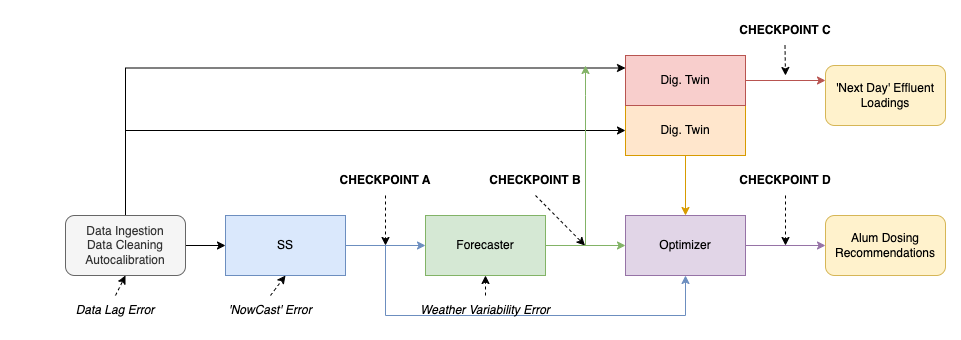
Earlier version of the draw.io export figs/CWSODINCheckpoints.drawio.png (maia-analytica/WRF-ODIN-CWS-Eval). Source tidied: cells renumbered, new cells last; positions are measured from the earlier drawing's top-left corner, leaving out a move shared by most shapes.
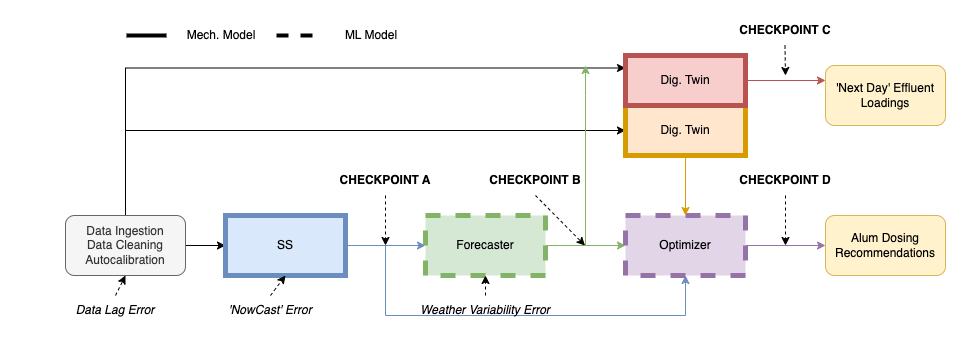
The same file after the commit.

Change to the diagram source:
```diff
@@ -34,7 +34,7 @@
         </Array>
       </mxGeometry>
     </mxCell>
-    <mxCell id="8" value="SS" style="rounded=0;whiteSpace=wrap;html=1;fillColor=#dae8fc;strokeColor=#6c8ebf;" parent="1" vertex="1">
+    <mxCell id="8" value="SS" style="rounded=0;whiteSpace=wrap;html=1;fillColor=#dae8fc;strokeColor=#6c8ebf;strokeWidth=5;" parent="1" vertex="1">
       <mxGeometry x="210" y="200" width="120" height="60" as="geometry" />
     </mxCell>
     <mxCell id="9" style="edgeStyle=orthogonalEdgeStyle;rounded=0;jettySize=auto;html=1;entryX=0;entryY=0.5;entryDx=0;entryDy=0;fillColor=#d5e8d4;strokeColor=#82b366;" parent="1" edge="1" source="11" target="13">
@@ -49,13 +49,13 @@
         </Array>
       </mxGeometry>
     </mxCell>
-    <mxCell id="11" value="Forecaster" style="rounded=0;whiteSpace=wrap;html=1;fillColor=#d5e8d4;strokeColor=#82b366;" parent="1" vertex="1">
+    <mxCell id="11" value="Forecaster" style="rounded=0;whiteSpace=wrap;html=1;fillColor=#d5e8d4;strokeColor=#82b366;strokeWidth=5;dashed=1;" parent="1" vertex="1">
       <mxGeometry x="410" y="200" width="120" height="60" as="geometry" />
     </mxCell>
     <mxCell id="12" style="edgeStyle=orthogonalEdgeStyle;rounded=0;jettySize=auto;html=1;entryX=0;entryY=0.5;entryDx=0;entryDy=0;fillColor=#e1d5e7;strokeColor=#9673a6;" parent="1" edge="1" source="13" target="14">
       <mxGeometry relative="1" as="geometry" />
     </mxCell>
-    <mxCell id="13" value="Optimizer" style="rounded=0;whiteSpace=wrap;html=1;fillColor=#e1d5e7;strokeColor=#9673a6;" parent="1" vertex="1">
+    <mxCell id="13" value="Optimizer" style="rounded=0;whiteSpace=wrap;html=1;fillColor=#e1d5e7;strokeColor=#9673a6;strokeWidth=5;dashed=1;" parent="1" vertex="1">
       <mxGeometry x="610" y="200" width="120" height="60" as="geometry" />
     </mxCell>
     <mxCell id="14" value="Alum Dosing Recommendations" style="rounded=1;whiteSpace=wrap;html=1;fillColor=#fff2cc;strokeColor=#d6b656;" parent="1" vertex="1">
@@ -64,7 +64,7 @@
     <mxCell id="15" style="edgeStyle=orthogonalEdgeStyle;rounded=0;jettySize=auto;html=1;entryX=0.5;entryY=0;entryDx=0;entryDy=0;fillColor=#ffe6cc;strokeColor=#d79b00;" parent="1" edge="1" source="16" target="13">
       <mxGeometry relative="1" as="geometry" />
     </mxCell>
-    <mxCell id="16" value="Dig. Twin" style="rounded=0;whiteSpace=wrap;html=1;fillColor=#ffe6cc;strokeColor=#d79b00;" parent="1" vertex="1">
+    <mxCell id="16" value="Dig. Twin" style="rounded=0;whiteSpace=wrap;html=1;fillColor=#ffe6cc;strokeColor=#d79b00;strokeWidth=5;" parent="1" vertex="1">
       <mxGeometry x="610" y="90" width="120" height="50" as="geometry" />
     </mxCell>
     <mxCell id="17" value="'Next Day' Effluent Loadings" style="rounded=1;whiteSpace=wrap;html=1;fillColor=#fff2cc;strokeColor=#d6b656;" parent="1" vertex="1">
@@ -73,7 +73,7 @@
     <mxCell id="18" style="edgeStyle=orthogonalEdgeStyle;rounded=0;jettySize=auto;html=1;entryX=0;entryY=0.25;entryDx=0;entryDy=0;fillColor=#f8cecc;strokeColor=#b85450;" parent="1" edge="1" source="19" target="17">
       <mxGeometry relative="1" as="geometry" />
     </mxCell>
-    <mxCell id="19" value="Dig. Twin" style="rounded=0;whiteSpace=wrap;html=1;fillColor=#f8cecc;strokeColor=#b85450;" parent="1" vertex="1">
+    <mxCell id="19" value="Dig. Twin" style="rounded=0;whiteSpace=wrap;html=1;fillColor=#f8cecc;strokeColor=#b85450;strokeWidth=5;" parent="1" vertex="1">
       <mxGeometry x="610" y="40" width="120" height="50" as="geometry" />
     </mxCell>
     <mxCell id="20" value="&lt;i style=&quot;&quot;&gt;Data Lag Error&lt;/i&gt;" style="text;html=1;strokeColor=none;fillColor=none;align=center;verticalAlign=middle;whiteSpace=wrap;rounded=0;" parent="1" vertex="1">
@@ -135,5 +135,21 @@
     <mxCell id="33" value="&lt;b&gt;&lt;font&gt;CHECKPOINT D&lt;/font&gt;&lt;/b&gt;" style="text;html=1;strokeColor=none;fillColor=none;align=center;verticalAlign=middle;whiteSpace=wrap;rounded=0;fontColor=#000000;" parent="1" vertex="1">
       <mxGeometry x="670" y="150" width="200" height="30" as="geometry" />
     </mxCell>
+    <mxCell id="34" style="endArrow=none;html=1;rounded=0;strokeWidth=4;" parent="1" edge="1" target="35">
+      <mxGeometry relative="1" as="geometry">
+        <mxPoint x="111" y="20" as="sourcePoint" />
+      </mxGeometry>
+    </mxCell>
+    <mxCell id="35" value="Mech. Model" style="text;html=1;strokeColor=none;fillColor=none;align=center;verticalAlign=middle;whiteSpace=wrap;rounded=0;" parent="1" vertex="1">
+      <mxGeometry x="151" y="5" width="110" height="30" as="geometry" />
+    </mxCell>
+    <mxCell id="36" value="ML Model" style="text;html=1;strokeColor=none;fillColor=none;align=center;verticalAlign=middle;whiteSpace=wrap;rounded=0;" parent="1" vertex="1">
+      <mxGeometry x="301" y="5" width="110" height="30" as="geometry" />
+    </mxCell>
+    <mxCell id="37" style="endArrow=none;html=1;rounded=0;strokeWidth=4;dashed=1;" parent="1" edge="1" target="36">
+      <mxGeometry relative="1" as="geometry">
+        <mxPoint x="261" y="20" as="sourcePoint" />
+      </mxGeometry>
+    </mxCell>
   </root>
 </mxGraphModel>
```
